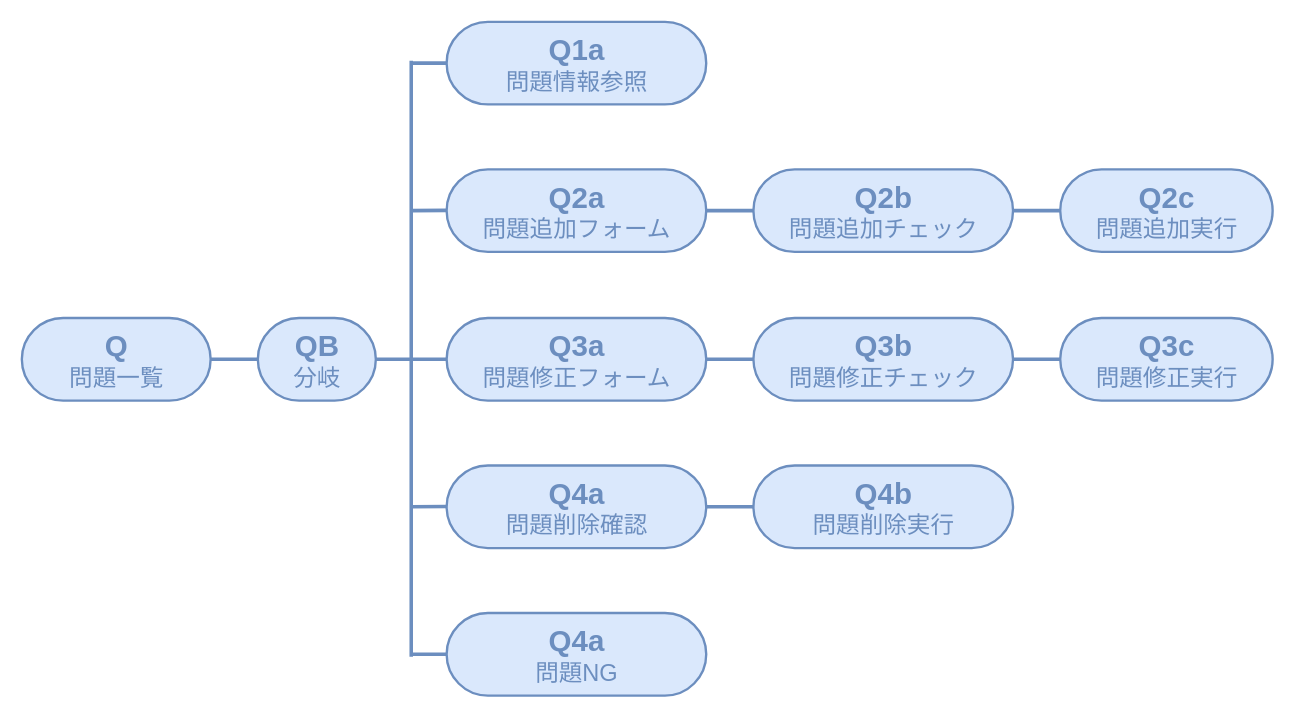
This is page "問題一覧画面遷移" (17 of 18) of 画面設計_苦手問題克服.drawio from mitsuewatanabe/practice, a draw.io file, before an edit. Source tidied: cells renumbered, new cells numbered last; positions are measured from the earlier drawing's top-left corner, leaving out a move shared by most shapes. Both pictures are drawn from the tidied source at 118%, with x=0, y=0 at pixel (21, 21).
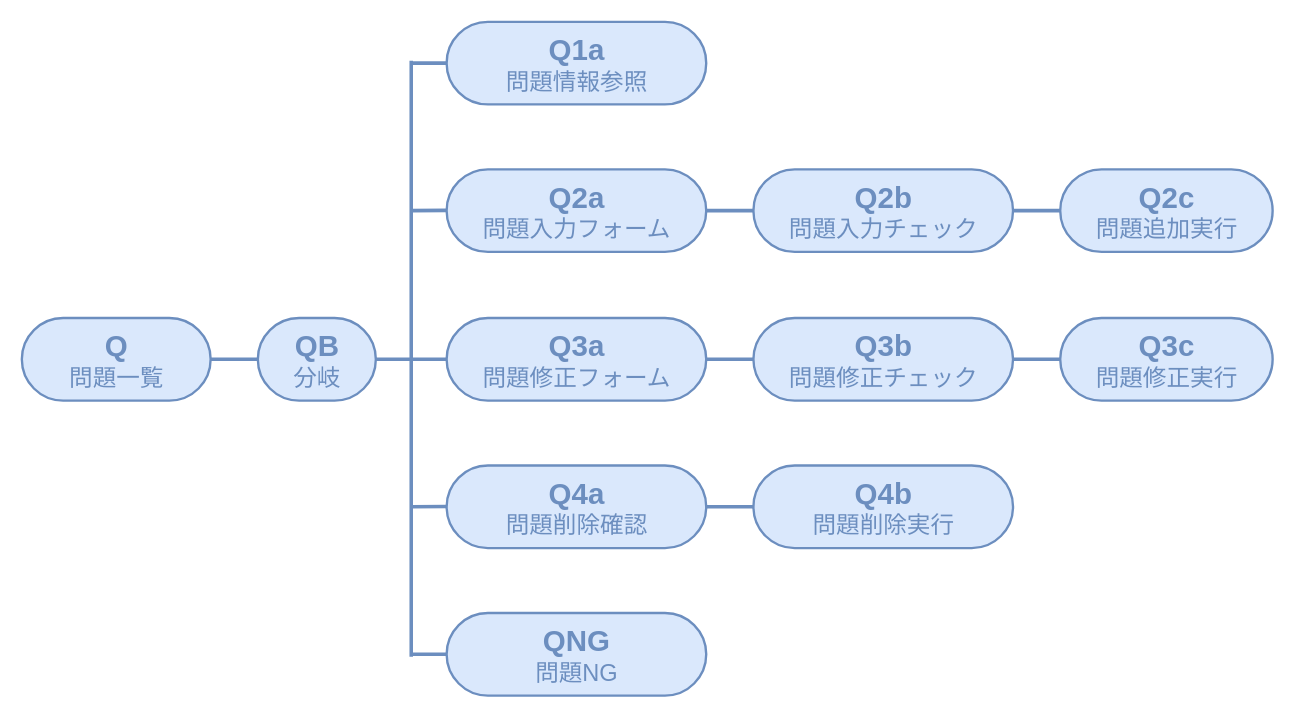
After the change.

What changed in the source:
```diff
@@
-    <mxCell id="7" value="&lt;font color=&quot;#6c8ebf&quot;&gt;&lt;b&gt;&lt;font style=&quot;font-size: 25px&quot;&gt;Q2a&lt;/font&gt;&lt;br&gt;&lt;/b&gt;問題追加フォーム&lt;br&gt;&lt;/font&gt;" style="html=1;dashed=0;whitespace=wrap;shape=mxgraph.dfd.start;rounded=1;fontSize=20;align=center;fillColor=#dae8fc;strokeColor=#6c8ebf;flipV=0;strokeWidth=2;" parent="1" vertex="1">
+    <mxCell id="7" value="&lt;font color=&quot;#6c8ebf&quot;&gt;&lt;b&gt;&lt;font style=&quot;font-size: 25px&quot;&gt;Q2a&lt;/font&gt;&lt;br&gt;&lt;/b&gt;問題入力フォーム&lt;br&gt;&lt;/font&gt;" style="html=1;dashed=0;whitespace=wrap;shape=mxgraph.dfd.start;rounded=1;fontSize=20;align=center;fillColor=#dae8fc;strokeColor=#6c8ebf;flipV=0;strokeWidth=2;" parent="1" vertex="1">
       <mxGeometry x="360" y="125" width="220" height="70" as="geometry" />
     </mxCell>
@@
-    <mxCell id="12" value="&lt;font color=&quot;#6c8ebf&quot;&gt;&lt;b&gt;&lt;font style=&quot;font-size: 25px&quot;&gt;Q4a&lt;/font&gt;&lt;br&gt;&lt;/b&gt;問題NG&lt;br&gt;&lt;/font&gt;" style="html=1;dashed=0;whitespace=wrap;shape=mxgraph.dfd.start;rounded=1;fontSize=20;align=center;fillColor=#dae8fc;strokeColor=#6c8ebf;flipV=0;strokeWidth=2;" parent="1" vertex="1">
+    <mxCell id="12" value="&lt;font color=&quot;#6c8ebf&quot;&gt;&lt;b&gt;&lt;font style=&quot;font-size: 25px&quot;&gt;QNG&lt;/font&gt;&lt;br&gt;&lt;/b&gt;問題NG&lt;br&gt;&lt;/font&gt;" style="html=1;dashed=0;whitespace=wrap;shape=mxgraph.dfd.start;rounded=1;fontSize=20;align=center;fillColor=#dae8fc;strokeColor=#6c8ebf;flipV=0;strokeWidth=2;" parent="1" vertex="1">
       <mxGeometry x="360" y="501" width="220" height="70" as="geometry" />
     </mxCell>
@@
-    <mxCell id="17" value="&lt;font color=&quot;#6c8ebf&quot;&gt;&lt;b&gt;&lt;font style=&quot;font-size: 25px&quot;&gt;Q2b&lt;/font&gt;&lt;br&gt;&lt;/b&gt;問題追加チェック&lt;br&gt;&lt;/font&gt;" style="html=1;dashed=0;whitespace=wrap;shape=mxgraph.dfd.start;rounded=1;fontSize=20;align=center;fillColor=#dae8fc;strokeColor=#6c8ebf;flipV=0;strokeWidth=2;" parent="1" vertex="1">
+    <mxCell id="17" value="&lt;font color=&quot;#6c8ebf&quot;&gt;&lt;b&gt;&lt;font style=&quot;font-size: 25px&quot;&gt;Q2b&lt;/font&gt;&lt;br&gt;&lt;/b&gt;問題入力チェック&lt;br&gt;&lt;/font&gt;" style="html=1;dashed=0;whitespace=wrap;shape=mxgraph.dfd.start;rounded=1;fontSize=20;align=center;fillColor=#dae8fc;strokeColor=#6c8ebf;flipV=0;strokeWidth=2;" parent="1" vertex="1">
       <mxGeometry x="620" y="125" width="220" height="70" as="geometry" />
     </mxCell>
```
